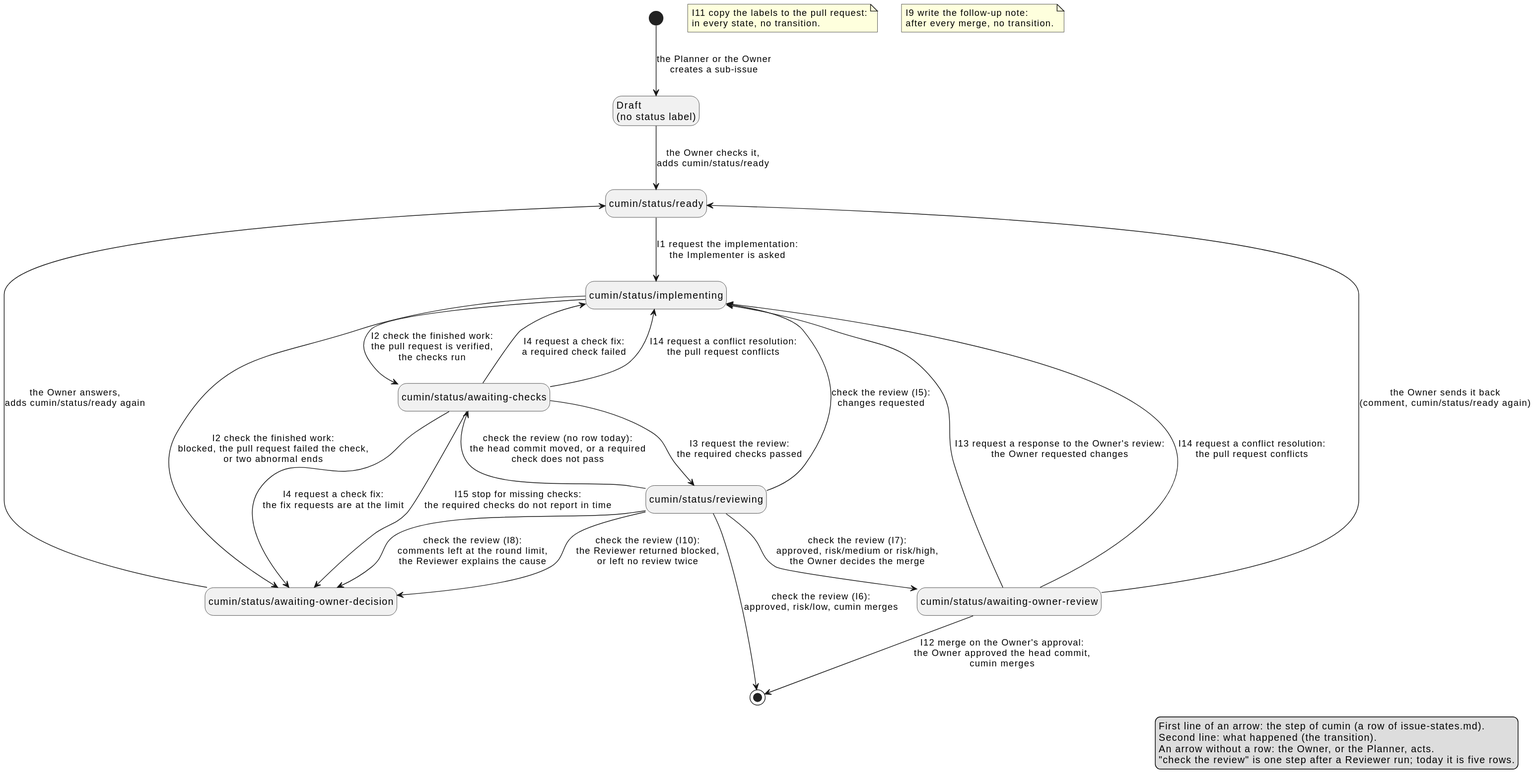
Above: docs/ja/requirements/workflow/implementation-issue-states.svg in cloveclovedev/cumin-works (PlantUML), before the change.
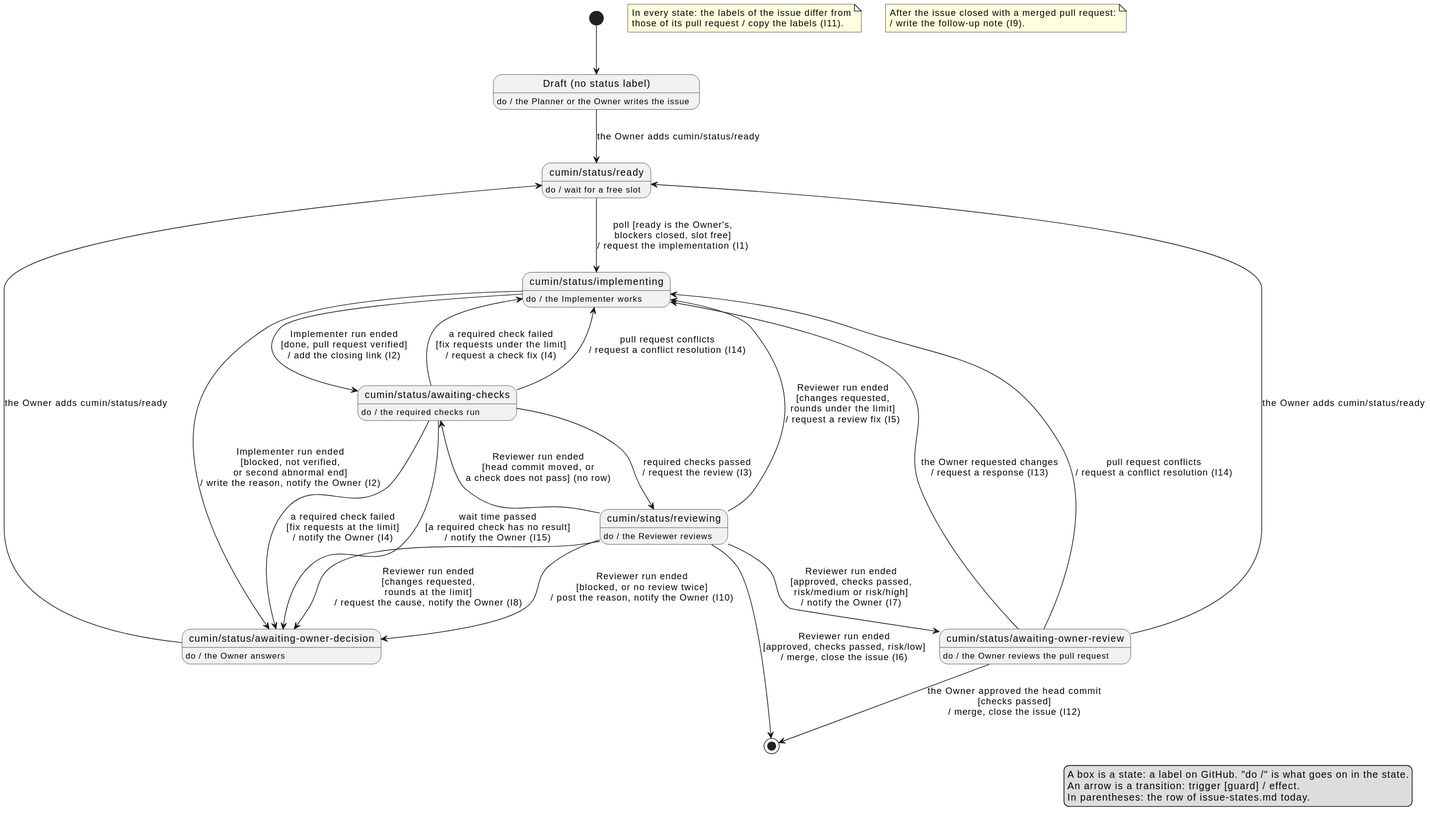
After the commit.

Commit message:
docs(requirements): draw the draft diagrams in the UML form: do-activity, trigger, guard, effect

The edit, as a diff of the source:
```diff
@@ -2,43 +2,55 @@
 
 hide empty description
 
-state "Draft\n(no status label)" as Draft
+state "Draft (no status label)" as Draft
+Draft : do / the Planner or the Owner writes the issue
+
 state "cumin/status/ready" as Ready
+Ready : do / wait for a free slot
+
 state "cumin/status/implementing" as Implementing
+Implementing : do / the Implementer works
+
 state "cumin/status/awaiting-checks" as Checks
+Checks : do / the required checks run
+
 state "cumin/status/reviewing" as Reviewing
+Reviewing : do / the Reviewer reviews
+
 state "cumin/status/awaiting-owner-review" as OwnerReview
+OwnerReview : do / the Owner reviews the pull request
+
 state "cumin/status/awaiting-owner-decision" as Decision
+Decision : do / the Owner answers
 
-[*] --> Draft : the Planner or the Owner\ncreates a sub-issue
-Draft --> Ready : the Owner checks it,\nadds cumin/status/ready
-Ready --> Implementing : I1 request the implementation:\nthe Implementer is asked
-Implementing --> Checks : I2 check the finished work:\nthe pull request is verified,\nthe checks run
-Implementing --> Decision : I2 check the finished work:\nblocked, the pull request failed the check,\nor two abnormal ends
-Checks --> Reviewing : I3 request the review:\nthe required checks passed
-Checks --> Implementing : I4 request a check fix:\na required check failed
-Checks --> Decision : I4 request a check fix:\nthe fix requests are at the limit
-Checks --> Implementing : I14 request a conflict resolution:\nthe pull request conflicts
-Checks --> Decision : I15 stop for missing checks:\nthe required checks do not report in time
-Reviewing --> Implementing : check the review (I5):\nchanges requested
-Reviewing --> [*] : check the review (I6):\napproved, risk/low, cumin merges
-Reviewing --> OwnerReview : check the review (I7):\napproved, risk/medium or risk/high,\nthe Owner decides the merge
-Reviewing --> Decision : check the review (I8):\ncomments left at the round limit,\nthe Reviewer explains the cause
-Reviewing --> Decision : check the review (I10):\nthe Reviewer returned blocked,\nor left no review twice
-Reviewing --> Checks : check the review (no row today):\nthe head commit moved, or a required\ncheck does not pass
-OwnerReview --> [*] : I12 merge on the Owner's approval:\nthe Owner approved the head commit,\ncumin merges
-OwnerReview --> Implementing : I13 request a response to the Owner's review:\nthe Owner requested changes
-OwnerReview --> Implementing : I14 request a conflict resolution:\nthe pull request conflicts
-OwnerReview --> Ready : the Owner sends it back\n(comment, cumin/status/ready again)
-Decision --> Ready : the Owner answers,\nadds cumin/status/ready again
+[*] --> Draft
+Draft --> Ready : the Owner adds cumin/status/ready
+Ready --> Implementing : poll [ready is the Owner's,\nblockers closed, slot free]\n/ request the implementation (I1)
+Implementing --> Checks : Implementer run ended\n[done, pull request verified]\n/ add the closing link (I2)
+Implementing --> Decision : Implementer run ended\n[blocked, not verified,\nor second abnormal end]\n/ write the reason, notify the Owner (I2)
+Checks --> Reviewing : required checks passed\n/ request the review (I3)
+Checks --> Implementing : a required check failed\n[fix requests under the limit]\n/ request a check fix (I4)
+Checks --> Decision : a required check failed\n[fix requests at the limit]\n/ notify the Owner (I4)
+Checks --> Implementing : pull request conflicts\n/ request a conflict resolution (I14)
+Checks --> Decision : wait time passed\n[a required check has no result]\n/ notify the Owner (I15)
+Reviewing --> Implementing : Reviewer run ended\n[changes requested,\nrounds under the limit]\n/ request a review fix (I5)
+Reviewing --> [*] : Reviewer run ended\n[approved, checks passed, risk/low]\n/ merge, close the issue (I6)
+Reviewing --> OwnerReview : Reviewer run ended\n[approved, checks passed,\nrisk/medium or risk/high]\n/ notify the Owner (I7)
+Reviewing --> Decision : Reviewer run ended\n[changes requested,\nrounds at the limit]\n/ request the cause, notify the Owner (I8)
+Reviewing --> Decision : Reviewer run ended\n[blocked, or no review twice]\n/ post the reason, notify the Owner (I10)
+Reviewing --> Checks : Reviewer run ended\n[head commit moved, or\na check does not pass] (no row)
+OwnerReview --> [*] : the Owner approved the head commit\n[checks passed]\n/ merge, close the issue (I12)
+OwnerReview --> Implementing : the Owner requested changes\n/ request a response (I13)
+OwnerReview --> Implementing : pull request conflicts\n/ request a conflict resolution (I14)
+OwnerReview --> Ready : the Owner adds cumin/status/ready
+Decision --> Ready : the Owner adds cumin/status/ready
 
-note "I11 copy the labels to the pull request:\nin every state, no transition." as I11
-note "I9 write the follow-up note:\nafter every merge, no transition." as I9
+note "In every state: the labels of the issue differ from\nthose of its pull request / copy the labels (I11)." as I11
+note "After the issue closed with a merged pull request:\n/ write the follow-up note (I9)." as I9
 
 legend right
-  First line of an arrow: the step of cumin (a row of issue-states.md).
-  Second line: what happened (the transition).
-  An arrow without a row: the Owner, or the Planner, acts.
-  "check the review" is one step after a Reviewer run; today it is five rows.
+  A box is a state: a label on GitHub. "do /" is what goes on in the state.
+  An arrow is a transition: trigger [guard] / effect.
+  In parentheses: the row of issue-states.md today.
 endlegend
 @enduml
```
